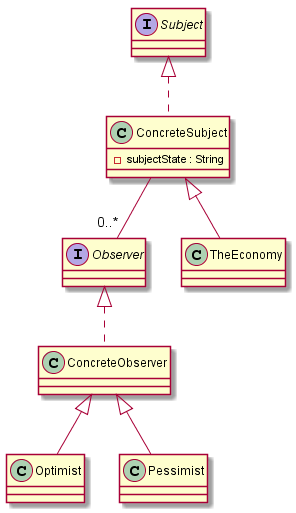
MeenakshiParyani/CMPE-202 keeps this PlantUML diagram as JavaUMLParser/src/test/resources/Test-Case-4/output.png. Above is the earlier version. The source it was exported from:
```plantuml
@startuml
class ConcreteObserver implements Observer {
}

class ConcreteSubject implements Subject {
 -subjectState : String
}

interface Observer {
}

class Optimist extends ConcreteObserver {
}

class Pessimist extends ConcreteObserver {
}

interface Subject {
}

class TheEconomy extends ConcreteSubject {
}

ConcreteSubject " " -- "0..*" Observer
@enduml
```
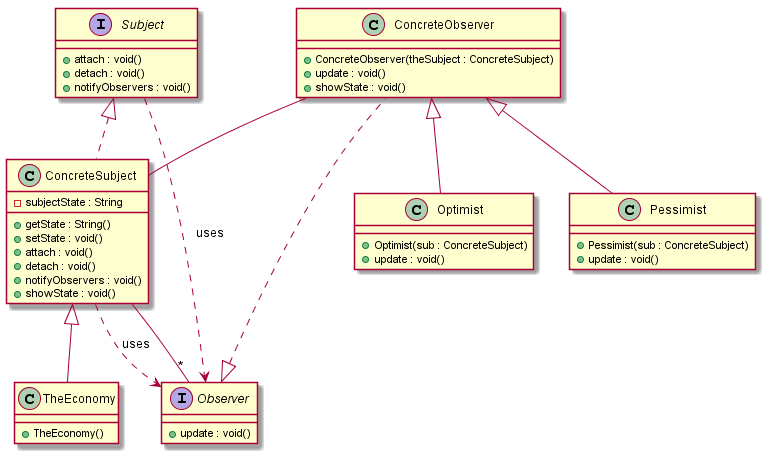
After the commit.

Change to the diagram source:
```diff
@@ -1,25 +1,46 @@
 @startuml
 class ConcreteObserver implements Observer {
+ +ConcreteObserver(theSubject : ConcreteSubject)
+ +update : void()
+ +showState : void()
 }
 
 class ConcreteSubject implements Subject {
  -subjectState : String
+ +getState : String()
+ +setState : void()
+ +attach : void()
+ +detach : void()
+ +notifyObservers : void()
+ +showState : void()
 }
 
 interface Observer {
+ +update : void()
 }
 
 class Optimist extends ConcreteObserver {
+ +Optimist(sub : ConcreteSubject)
+ +update : void()
 }
 
 class Pessimist extends ConcreteObserver {
+ +Pessimist(sub : ConcreteSubject)
+ +update : void()
 }
 
 interface Subject {
+ +attach : void()
+ +detach : void()
+ +notifyObservers : void()
 }
 
 class TheEconomy extends ConcreteSubject {
+ +TheEconomy()
 }
 
-ConcreteSubject " " -- "0..*" Observer
+ConcreteSubject ..> Observer : uses
+Subject ..> Observer : uses
+ConcreteObserver -- ConcreteSubject
+ConcreteSubject -- " *" Observer
 @enduml
```
